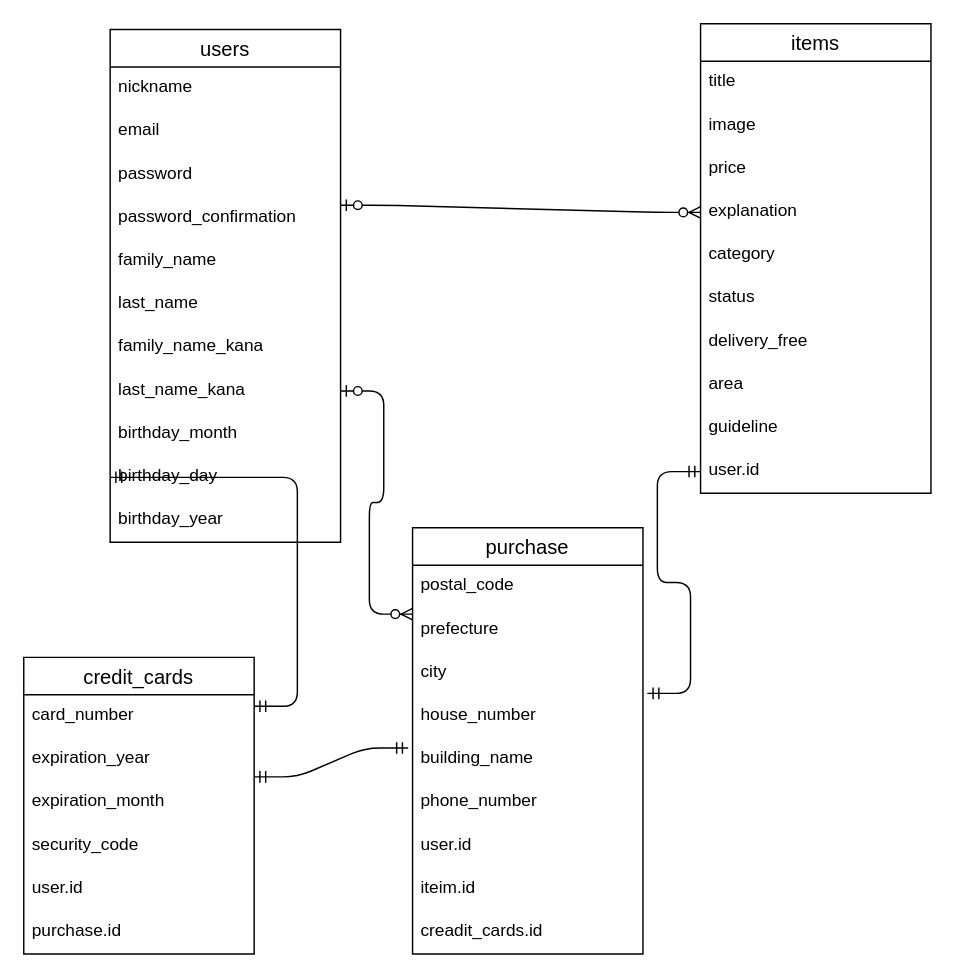
Earlier version of the draw.io diagram furima.dio (yamamoto-makoto2020/furima-31131). Source tidied: cells renumbered, new cells numbered last; positions are measured from the earlier drawing's top-left corner, leaving out a move shared by most shapes. Both pictures are drawn from the tidied source at 144%, with x=0, y=0 at pixel (23, 23).
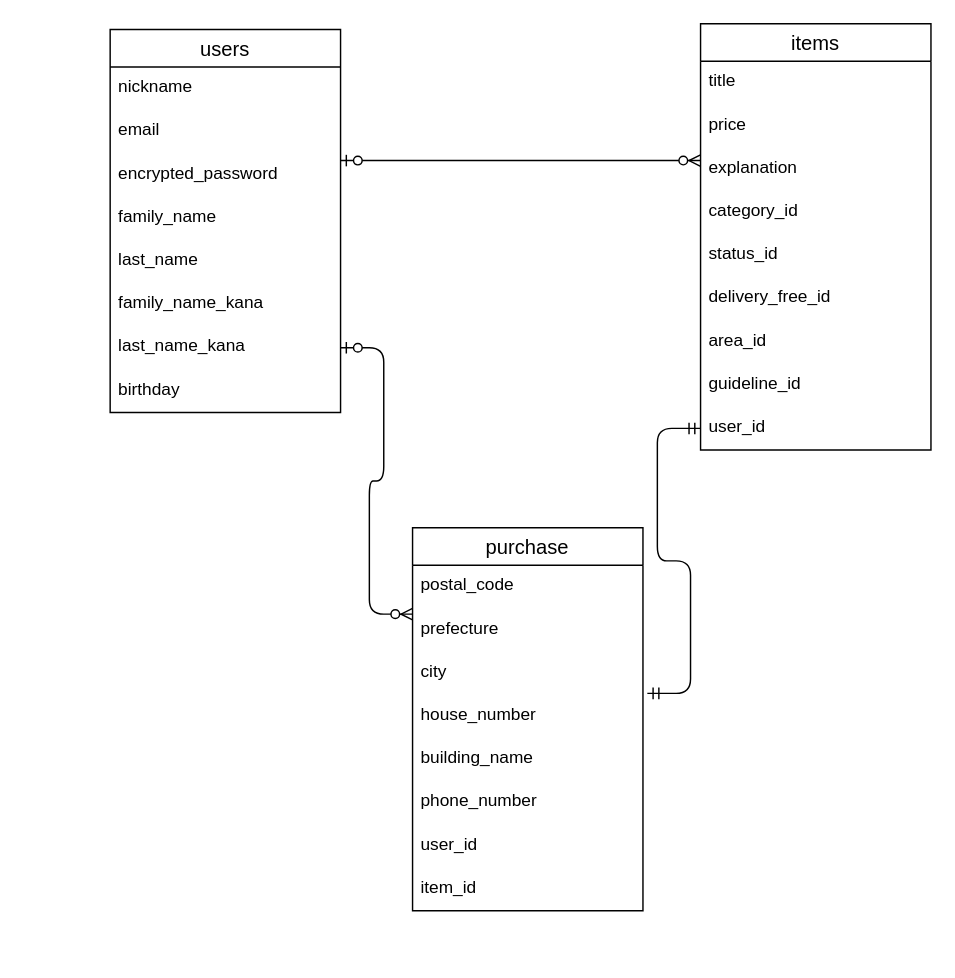
The same diagram, later.

Commit message (it also covers changes not shown here):
データベース設計を編集

Unchanged cells that the change refers to:
```xml
<mxCell id="21" value="building_name" style="text;strokeColor=none;fillColor=none;spacingLeft=4;spacingRight=4;overflow=hidden;points=[[0,0.5],[1,0.5]];portConstraint=eastwest;fontSize=12;" parent="16" vertex="1">
  <mxGeometry y="146" width="160" height="30" as="geometry" />
</mxCell>
```

The edit, as a diff of the source:
```diff
@@
     <mxCell id="2" value="items" style="swimlane;fontStyle=0;horizontal=1;startSize=26;align=center;fontSize=14;" parent="1" vertex="1">
-      <mxGeometry x="470" width="160" height="326" as="geometry" />
+      <mxGeometry x="470" width="160" height="296" as="geometry" />
     </mxCell>
@@
-    <mxCell id="4" value="image" style="text;strokeColor=none;fillColor=none;spacingLeft=4;spacingRight=4;overflow=hidden;fontSize=12;" parent="2" vertex="1">
-      <mxGeometry y="56" width="160" height="30" as="geometry" />
-    </mxCell>
     <mxCell id="5" value="price" style="text;strokeColor=none;fillColor=none;spacingLeft=4;spacingRight=4;overflow=hidden;fontSize=12;" parent="2" vertex="1">
-      <mxGeometry y="86" width="160" height="30" as="geometry" />
+      <mxGeometry y="56" width="160" height="30" as="geometry" />
     </mxCell>
     <mxCell id="6" value="explanation" style="text;strokeColor=none;fillColor=none;spacingLeft=4;spacingRight=4;overflow=hidden;points=[[0,0.5],[1,0.5]];portConstraint=eastwest;fontSize=12;" parent="2" vertex="1">
-      <mxGeometry y="116" width="160" height="30" as="geometry" />
+      <mxGeometry y="86" width="160" height="30" as="geometry" />
     </mxCell>
-    <mxCell id="7" value="category" style="text;strokeColor=none;fillColor=none;spacingLeft=4;spacingRight=4;overflow=hidden;fontSize=12;" parent="2" vertex="1">
-      <mxGeometry y="146" width="160" height="30" as="geometry" />
+    <mxCell id="7" value="category_id" style="text;strokeColor=none;fillColor=none;spacingLeft=4;spacingRight=4;overflow=hidden;fontSize=12;" parent="2" vertex="1">
+      <mxGeometry y="116" width="160" height="30" as="geometry" />
     </mxCell>
-    <mxCell id="8" value="status" style="text;strokeColor=none;fillColor=none;spacingLeft=4;spacingRight=4;overflow=hidden;fontSize=12;" parent="2" vertex="1">
-      <mxGeometry y="176" width="160" height="30" as="geometry" />
+    <mxCell id="8" value="status_id" style="text;strokeColor=none;fillColor=none;spacingLeft=4;spacingRight=4;overflow=hidden;fontSize=12;" parent="2" vertex="1">
+      <mxGeometry y="146" width="160" height="30" as="geometry" />
     </mxCell>
-    <mxCell id="9" value="delivery_free" style="text;strokeColor=none;fillColor=none;spacingLeft=4;spacingRight=4;overflow=hidden;fontSize=12;" parent="2" vertex="1">
-      <mxGeometry y="206" width="160" height="30" as="geometry" />
+    <mxCell id="9" value="delivery_free_id" style="text;strokeColor=none;fillColor=none;spacingLeft=4;spacingRight=4;overflow=hidden;fontSize=12;" parent="2" vertex="1">
+      <mxGeometry y="176" width="160" height="30" as="geometry" />
     </mxCell>
-    <mxCell id="10" value="area" style="text;strokeColor=none;fillColor=none;spacingLeft=4;spacingRight=4;overflow=hidden;fontSize=12;" parent="2" vertex="1">
-      <mxGeometry y="236" width="160" height="30" as="geometry" />
+    <mxCell id="10" value="area_id" style="text;strokeColor=none;fillColor=none;spacingLeft=4;spacingRight=4;overflow=hidden;fontSize=12;" parent="2" vertex="1">
+      <mxGeometry y="206" width="160" height="30" as="geometry" />
     </mxCell>
-    <mxCell id="11" value="guideline" style="text;strokeColor=none;fillColor=none;spacingLeft=4;spacingRight=4;overflow=hidden;fontSize=12;" parent="2" vertex="1">
-      <mxGeometry y="266" width="160" height="30" as="geometry" />
+    <mxCell id="11" value="guideline_id" style="text;strokeColor=none;fillColor=none;spacingLeft=4;spacingRight=4;overflow=hidden;fontSize=12;" parent="2" vertex="1">
+      <mxGeometry y="236" width="160" height="30" as="geometry" />
     </mxCell>
-    <mxCell id="12" value="user.id" style="text;strokeColor=none;fillColor=none;spacingLeft=4;spacingRight=4;overflow=hidden;points=[[0,0.5],[1,0.5]];portConstraint=eastwest;fontSize=12;" parent="2" vertex="1">
-      <mxGeometry y="296" width="160" height="30" as="geometry" />
+    <mxCell id="12" value="user_id" style="text;strokeColor=none;fillColor=none;spacingLeft=4;spacingRight=4;overflow=hidden;points=[[0,0.5],[1,0.5]];portConstraint=eastwest;fontSize=12;" parent="2" vertex="1">
+      <mxGeometry y="266" width="160" height="30" as="geometry" />
     </mxCell>
-    <mxCell id="13" style="edgeStyle=entityRelationEdgeStyle;fontSize=12;html=1;endArrow=ERzeroToMany;startArrow=ERzeroToOne;exitX=1;exitY=0.2;exitDx=0;exitDy=0;exitPerimeter=0;entryX=0;entryY=0.5;entryDx=0;entryDy=0;" parent="1" edge="1" source="37" target="6">
+    <mxCell id="13" style="edgeStyle=entityRelationEdgeStyle;fontSize=12;html=1;endArrow=ERzeroToMany;startArrow=ERzeroToOne;exitX=1;exitY=0.167;exitDx=0;exitDy=0;entryX=0;entryY=0.3;entryDx=0;entryDy=0;entryPerimeter=0;exitPerimeter=0;" parent="1" edge="1" source="36" target="6">
       <mxGeometry relative="1" as="geometry" />
     </mxCell>
@@
     <mxCell id="16" value="purchase" style="swimlane;fontStyle=0;horizontal=1;startSize=26;align=center;fontSize=14;" parent="1" vertex="1">
-      <mxGeometry x="270" y="350" width="160" height="296" as="geometry" />
+      <mxGeometry x="270" y="350" width="160" height="266" as="geometry" />
     </mxCell>
@@
-    <mxCell id="23" value="user.id" style="text;strokeColor=none;fillColor=none;spacingLeft=4;spacingRight=4;overflow=hidden;fontSize=12;" parent="16" vertex="1">
+    <mxCell id="23" value="user_id" style="text;strokeColor=none;fillColor=none;spacingLeft=4;spacingRight=4;overflow=hidden;fontSize=12;" parent="16" vertex="1">
       <mxGeometry y="206" width="160" height="30" as="geometry" />
     </mxCell>
-    <mxCell id="24" value="iteim.id" style="text;strokeColor=none;fillColor=none;spacingLeft=4;spacingRight=4;overflow=hidden;fontSize=12;" parent="16" vertex="1">
+    <mxCell id="24" value="item_id" style="text;strokeColor=none;fillColor=none;spacingLeft=4;spacingRight=4;overflow=hidden;fontSize=12;" parent="16" vertex="1">
       <mxGeometry y="236" width="160" height="30" as="geometry" />
     </mxCell>
-    <mxCell id="25" value="creadit_cards.id" style="text;strokeColor=none;fillColor=none;spacingLeft=4;spacingRight=4;overflow=hidden;fontSize=12;" parent="16" vertex="1">
-      <mxGeometry y="266" width="160" height="30" as="geometry" />
-    </mxCell>
-    <mxCell id="26" value="credit_cards" style="swimlane;fontStyle=0;horizontal=1;startSize=26;align=center;fontSize=14;" parent="1" vertex="1">
-      <mxGeometry y="440" width="160" height="206" as="geometry" />
-    </mxCell>
-    <mxCell id="27" value="card_number" style="text;strokeColor=none;fillColor=none;spacingLeft=4;spacingRight=4;overflow=hidden;fontSize=12;" parent="26" vertex="1">
-      <mxGeometry y="26" width="160" height="30" as="geometry" />
-    </mxCell>
-    <mxCell id="28" value="expiration_year" style="text;strokeColor=none;fillColor=none;spacingLeft=4;spacingRight=4;overflow=hidden;points=[[0,0.5],[1,0.5]];portConstraint=eastwest;fontSize=12;" parent="26" vertex="1">
-      <mxGeometry y="56" width="160" height="30" as="geometry" />
-    </mxCell>
-    <mxCell id="29" value="expiration_month" style="text;strokeColor=none;fillColor=none;spacingLeft=4;spacingRight=4;overflow=hidden;fontSize=12;" parent="26" vertex="1">
-      <mxGeometry y="86" width="160" height="30" as="geometry" />
-    </mxCell>
-    <mxCell id="30" value="security_code" style="text;strokeColor=none;fillColor=none;spacingLeft=4;spacingRight=4;overflow=hidden;fontSize=12;" parent="26" vertex="1">
-      <mxGeometry y="116" width="160" height="30" as="geometry" />
-    </mxCell>
-    <mxCell id="31" value="user.id" style="text;strokeColor=none;fillColor=none;spacingLeft=4;spacingRight=4;overflow=hidden;fontSize=12;" parent="26" vertex="1">
-      <mxGeometry y="146" width="160" height="30" as="geometry" />
-    </mxCell>
-    <mxCell id="32" value="purchase.id" style="text;strokeColor=none;fillColor=none;spacingLeft=4;spacingRight=4;overflow=hidden;fontSize=12;" parent="26" vertex="1">
-      <mxGeometry y="176" width="160" height="30" as="geometry" />
-    </mxCell>
     <mxCell id="33" value="users" style="swimlane;fontStyle=0;horizontal=1;startSize=26;align=center;fontSize=14;" parent="1" vertex="1">
-      <mxGeometry x="60" y="4" width="160" height="356" as="geometry" />
+      <mxGeometry x="60" y="4" width="160" height="266" as="geometry" />
     </mxCell>
@@
-    <mxCell id="36" value="password&#10;" style="text;strokeColor=none;fillColor=none;spacingLeft=4;spacingRight=4;overflow=hidden;points=[[0,0.5],[1,0.5]];portConstraint=eastwest;fontSize=12;" parent="33" vertex="1">
+    <mxCell id="36" value="encrypted_password&#10;" style="text;strokeColor=none;fillColor=none;spacingLeft=4;spacingRight=4;overflow=hidden;points=[[0,0.5],[1,0.5]];portConstraint=eastwest;fontSize=12;" parent="33" vertex="1">
       <mxGeometry y="86" width="160" height="30" as="geometry" />
     </mxCell>
-    <mxCell id="37" value="password_confirmation" style="text;strokeColor=none;fillColor=none;spacingLeft=4;spacingRight=4;overflow=hidden;points=[[0,0.5],[1,0.5]];portConstraint=eastwest;fontSize=12;" parent="33" vertex="1">
-      <mxGeometry y="116" width="160" height="30" as="geometry" />
-    </mxCell>
     <mxCell id="38" value="family_name" style="text;strokeColor=none;fillColor=none;spacingLeft=4;spacingRight=4;overflow=hidden;fontSize=12;" parent="33" vertex="1">
-      <mxGeometry y="146" width="160" height="30" as="geometry" />
+      <mxGeometry y="116" width="160" height="30" as="geometry" />
     </mxCell>
     <mxCell id="39" value="last_name&#10;" style="text;strokeColor=none;fillColor=none;spacingLeft=4;spacingRight=4;overflow=hidden;fontSize=12;" parent="33" vertex="1">
-      <mxGeometry y="176" width="160" height="30" as="geometry" />
+      <mxGeometry y="146" width="160" height="30" as="geometry" />
     </mxCell>
     <mxCell id="40" value="family_name_kana" style="text;strokeColor=none;fillColor=none;spacingLeft=4;spacingRight=4;overflow=hidden;fontSize=12;" parent="33" vertex="1">
-      <mxGeometry y="206" width="160" height="30" as="geometry" />
+      <mxGeometry y="176" width="160" height="30" as="geometry" />
     </mxCell>
     <mxCell id="41" value="last_name_kana" style="text;strokeColor=none;fillColor=none;spacingLeft=4;spacingRight=4;overflow=hidden;points=[[0,0.5],[1,0.5]];portConstraint=eastwest;fontSize=12;" parent="33" vertex="1">
-      <mxGeometry y="236" width="160" height="30" as="geometry" />
+      <mxGeometry y="206" width="160" height="30" as="geometry" />
     </mxCell>
-    <mxCell id="42" value="birthday_month" style="text;strokeColor=none;fillColor=none;spacingLeft=4;spacingRight=4;overflow=hidden;fontSize=12;" parent="33" vertex="1">
-      <mxGeometry y="266" width="160" height="30" as="geometry" />
+    <mxCell id="42" value="birthday" style="text;strokeColor=none;fillColor=none;spacingLeft=4;spacingRight=4;overflow=hidden;fontSize=12;" parent="33" vertex="1">
+      <mxGeometry y="236" width="160" height="30" as="geometry" />
     </mxCell>
-    <mxCell id="43" value="birthday_day" style="text;strokeColor=none;fillColor=none;spacingLeft=4;spacingRight=4;overflow=hidden;points=[[0,0.5],[1,0.5]];portConstraint=eastwest;fontSize=12;" parent="33" vertex="1">
-      <mxGeometry y="296" width="160" height="30" as="geometry" />
-    </mxCell>
-    <mxCell id="44" value="birthday_year" style="text;strokeColor=none;fillColor=none;spacingLeft=4;spacingRight=4;overflow=hidden;fontSize=12;" parent="33" vertex="1">
-      <mxGeometry y="326" width="160" height="30" as="geometry" />
-    </mxCell>
-    <mxCell id="45" style="edgeStyle=entityRelationEdgeStyle;fontSize=12;html=1;endArrow=ERmandOne;startArrow=ERmandOne;exitX=1;exitY=0.9;exitDx=0;exitDy=0;exitPerimeter=0;entryX=-0.019;entryY=0.233;entryDx=0;entryDy=0;entryPerimeter=0;" parent="1" edge="1" source="28" target="21">
-      <mxGeometry relative="1" as="geometry" />
-    </mxCell>
-    <mxCell id="46" style="edgeStyle=entityRelationEdgeStyle;fontSize=12;html=1;endArrow=ERmandOne;startArrow=ERmandOne;entryX=0;entryY=0.5;entryDx=0;entryDy=0;" parent="1" edge="1" target="43">
-      <mxGeometry relative="1" as="geometry">
-        <mxPoint x="160" y="474" as="sourcePoint" />
-      </mxGeometry>
-    </mxCell>
```
